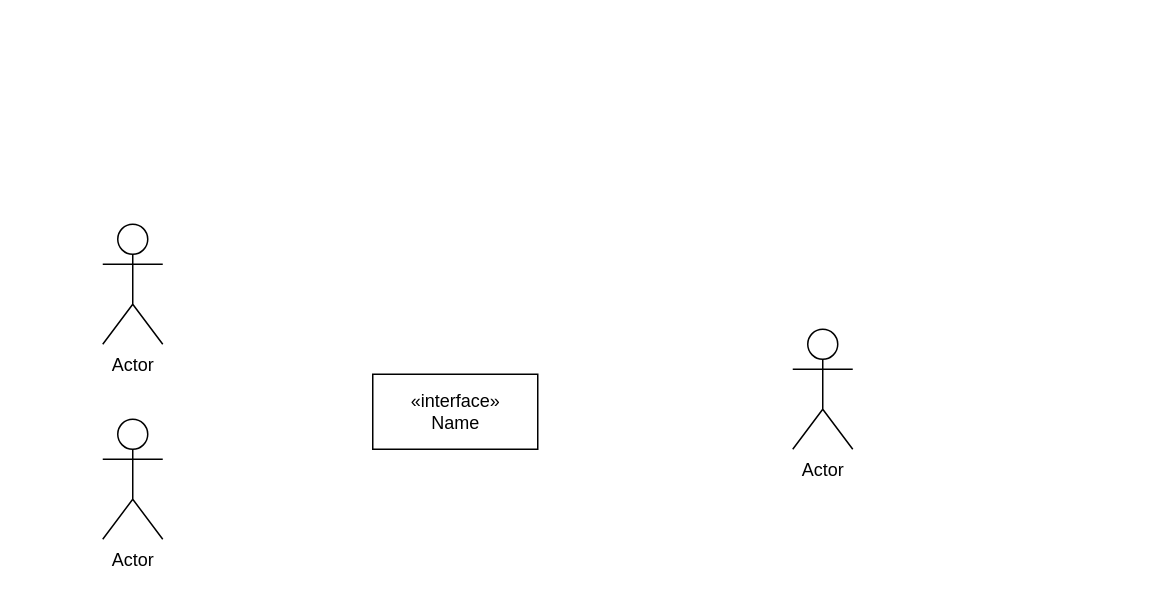
This is Untitled Diagram.drawio from sneekr-a/mental-health-app, a draw.io file, before an edit. Source tidied: cells renumbered, new cells numbered last; positions are measured from the earlier drawing's top-left corner, leaving out a move shared by most shapes. Both pictures are drawn from the tidied source at 150%, with x=0, y=0 at pixel (102, 224).
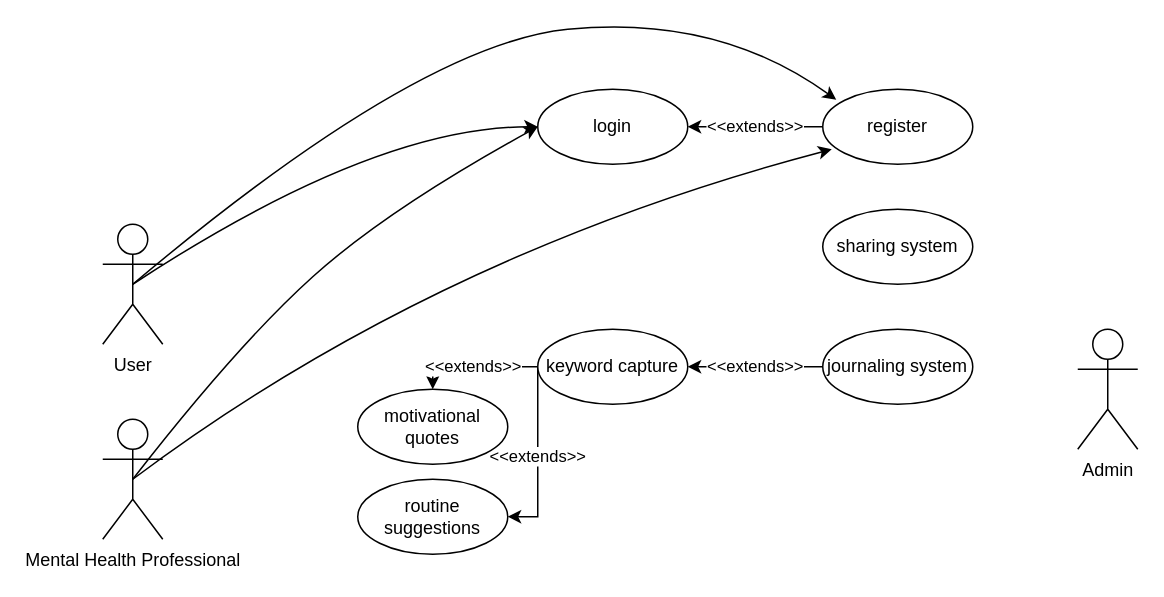
Above is the later version.

Diff of the diagram source:
```diff
@@
-    <mxCell id="2" value="Actor" style="shape=umlActor;verticalLabelPosition=bottom;verticalAlign=top;html=1;outlineConnect=0;overflow=visible;" parent="1" vertex="1">
+    <mxCell id="2" value="User" style="shape=umlActor;verticalLabelPosition=bottom;verticalAlign=top;html=1;outlineConnect=0;overflow=visible;" parent="1" vertex="1">
       <mxGeometry width="40" height="80" as="geometry" />
     </mxCell>
-    <mxCell id="3" value="Actor" style="shape=umlActor;verticalLabelPosition=bottom;verticalAlign=top;html=1;outlineConnect=0;overflow=visible;" parent="1" vertex="1">
+    <mxCell id="3" value="Mental Health Professional" style="shape=umlActor;verticalLabelPosition=bottom;verticalAlign=top;html=1;outlineConnect=0;overflow=visible;" parent="1" vertex="1">
       <mxGeometry y="130" width="40" height="80" as="geometry" />
     </mxCell>
-    <mxCell id="4" value="Actor" style="shape=umlActor;verticalLabelPosition=bottom;verticalAlign=top;html=1;overflow=visible;" parent="1" vertex="1">
-      <mxGeometry x="460" y="70" width="40" height="80" as="geometry" />
+    <mxCell id="4" value="Admin" style="shape=umlActor;verticalLabelPosition=bottom;verticalAlign=top;html=1;overflow=visible;" parent="1" vertex="1">
+      <mxGeometry x="650" y="70" width="40" height="80" as="geometry" />
     </mxCell>
-    <mxCell id="5" value="«interface»&lt;br&gt;&lt;span&gt;Name&lt;/span&gt;" style="html=1;fontStyle=0;" parent="1" vertex="1">
-      <mxGeometry x="180" y="100" width="110" height="50" as="geometry" />
-    </mxCell>
+    <mxCell id="6" value="login" style="ellipse;whiteSpace=wrap;html=1;" parent="1" vertex="1">
+      <mxGeometry x="290" y="-90" width="100" height="50" as="geometry" />
+    </mxCell>
+    <mxCell id="7" value="&amp;lt;&amp;lt;extends&amp;gt;&amp;gt;" style="edgeStyle=orthogonalEdgeStyle;rounded=0;jettySize=auto;html=1;exitX=0;exitY=0.5;exitDx=0;exitDy=0;entryX=1;entryY=0.5;entryDx=0;entryDy=0;" parent="1" edge="1" source="8" target="6">
+      <mxGeometry relative="1" as="geometry" />
+    </mxCell>
+    <mxCell id="8" value="register" style="ellipse;whiteSpace=wrap;html=1;" parent="1" vertex="1">
+      <mxGeometry x="480" y="-90" width="100" height="50" as="geometry" />
+    </mxCell>
+    <mxCell id="9" style="curved=1;endArrow=classic;html=1;exitX=0.5;exitY=0.5;exitDx=0;exitDy=0;exitPerimeter=0;entryX=0;entryY=0.5;entryDx=0;entryDy=0;" parent="1" edge="1" source="2" target="6">
+      <mxGeometry relative="1" as="geometry">
+        <Array as="points">
+          <mxPoint x="180" y="-65" />
+        </Array>
+      </mxGeometry>
+    </mxCell>
+    <mxCell id="10" style="curved=1;endArrow=classic;html=1;exitX=0.5;exitY=0.5;exitDx=0;exitDy=0;exitPerimeter=0;entryX=0;entryY=0.5;entryDx=0;entryDy=0;" parent="1" edge="1" source="3" target="6">
+      <mxGeometry relative="1" as="geometry">
+        <Array as="points">
+          <mxPoint x="90" y="80" />
+          <mxPoint x="190" y="-10" />
+        </Array>
+      </mxGeometry>
+    </mxCell>
+    <mxCell id="11" value="sharing system" style="ellipse;whiteSpace=wrap;html=1;" parent="1" vertex="1">
+      <mxGeometry x="480" y="-10" width="100" height="50" as="geometry" />
+    </mxCell>
+    <mxCell id="12" style="curved=1;endArrow=classic;html=1;exitX=0.5;exitY=0.5;exitDx=0;exitDy=0;exitPerimeter=0;entryX=0.06;entryY=0.8;entryDx=0;entryDy=0;entryPerimeter=0;" parent="1" edge="1" source="3" target="8">
+      <mxGeometry relative="1" as="geometry">
+        <Array as="points">
+          <mxPoint x="220" y="20" />
+        </Array>
+      </mxGeometry>
+    </mxCell>
+    <mxCell id="13" style="curved=1;endArrow=classic;html=1;exitX=0.5;exitY=0.5;exitDx=0;exitDy=0;exitPerimeter=0;entryX=0.09;entryY=0.14;entryDx=0;entryDy=0;entryPerimeter=0;" parent="1" edge="1" source="2" target="8">
+      <mxGeometry relative="1" as="geometry">
+        <Array as="points">
+          <mxPoint x="210" y="-120" />
+          <mxPoint x="410" y="-140" />
+        </Array>
+      </mxGeometry>
+    </mxCell>
+    <mxCell id="14" value="&amp;lt;&amp;lt;extends&amp;gt;&amp;gt;" style="edgeStyle=orthogonalEdgeStyle;rounded=0;jettySize=auto;html=1;exitX=0;exitY=0.5;exitDx=0;exitDy=0;entryX=1;entryY=0.5;entryDx=0;entryDy=0;" parent="1" edge="1" source="15" target="18">
+      <mxGeometry relative="1" as="geometry" />
+    </mxCell>
+    <mxCell id="15" value="journaling system" style="ellipse;whiteSpace=wrap;html=1;" parent="1" vertex="1">
+      <mxGeometry x="480" y="70" width="100" height="50" as="geometry" />
+    </mxCell>
+    <mxCell id="16" value="&amp;lt;&amp;lt;extends&amp;gt;&amp;gt;" style="edgeStyle=orthogonalEdgeStyle;rounded=0;jettySize=auto;html=1;exitX=0;exitY=0.5;exitDx=0;exitDy=0;entryX=0.5;entryY=0;entryDx=0;entryDy=0;" parent="1" edge="1" source="18" target="19">
+      <mxGeometry relative="1" as="geometry">
+        <Array as="points">
+          <mxPoint x="220" y="95" />
+        </Array>
+      </mxGeometry>
+    </mxCell>
+    <mxCell id="17" value="&amp;lt;&amp;lt;extends&amp;gt;&amp;gt;" style="edgeStyle=orthogonalEdgeStyle;rounded=0;jettySize=auto;html=1;exitX=0;exitY=0.5;exitDx=0;exitDy=0;entryX=1;entryY=0.5;entryDx=0;entryDy=0;" parent="1" edge="1" source="18" target="20">
+      <mxGeometry relative="1" as="geometry">
+        <Array as="points">
+          <mxPoint x="290" y="195" />
+        </Array>
+      </mxGeometry>
+    </mxCell>
+    <mxCell id="18" value="keyword capture" style="ellipse;whiteSpace=wrap;html=1;" parent="1" vertex="1">
+      <mxGeometry x="290" y="70" width="100" height="50" as="geometry" />
+    </mxCell>
+    <mxCell id="19" value="motivational quotes" style="ellipse;whiteSpace=wrap;html=1;" parent="1" vertex="1">
+      <mxGeometry x="170" y="110" width="100" height="50" as="geometry" />
+    </mxCell>
+    <mxCell id="20" value="routine suggestions" style="ellipse;whiteSpace=wrap;html=1;" parent="1" vertex="1">
+      <mxGeometry x="170" y="170" width="100" height="50" as="geometry" />
+    </mxCell>
```
